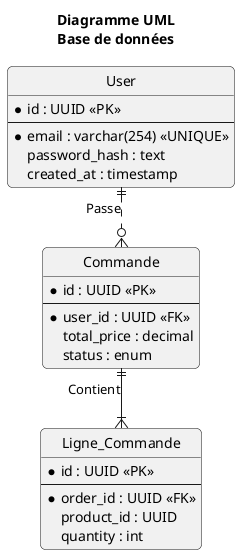
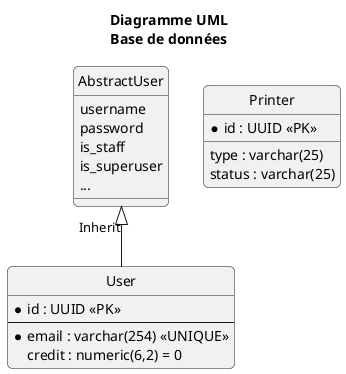
@startuml
title "  Diagramme UML \n Base de données"

' --- STYLE ---
hide circle
skinparam linetype ortho
skinparam shadowing false
skinparam roundcorner 10

' --- ENTITÉS ---
- ' On définit une entité avec ses champs
entity "User" as user {
  *id : UUID <<PK>>
  --
  *email : varchar(254) <<UNIQUE>>
-   password_hash : text
-   created_at : timestamp
+   credit : numeric(6,2) = 0
}
- 
- entity "Commande" as order {
-   *id : UUID <<PK>>
-   --
-   *user_id : UUID <<FK>>
-   total_price : decimal
-   status : enum
- }
- 
- entity "Ligne_Commande" as order_line {
-   *id : UUID <<PK>>
-   --
-   *order_id : UUID <<FK>>
-   product_id : UUID
-   quantity : int
+ class "AbstractUser" as abstract_user {
+         username
+         password
+         is_staff
+         is_superuser
+         ...
+     }
+ entity "Printer" as printer {
+         *id : UUID <<PK>>
+         type : varchar(25)
+         status : varchar(25)
}

' --- RELATIONS ---
' ||-- = One (Obligatoire)
' }o-- = Many (Optionnel)

- user ||..o{ order : "Passe"
- order ||--|{ order_line : "Contient"
+ abstract_user <|-- user : Inherit

@enduml